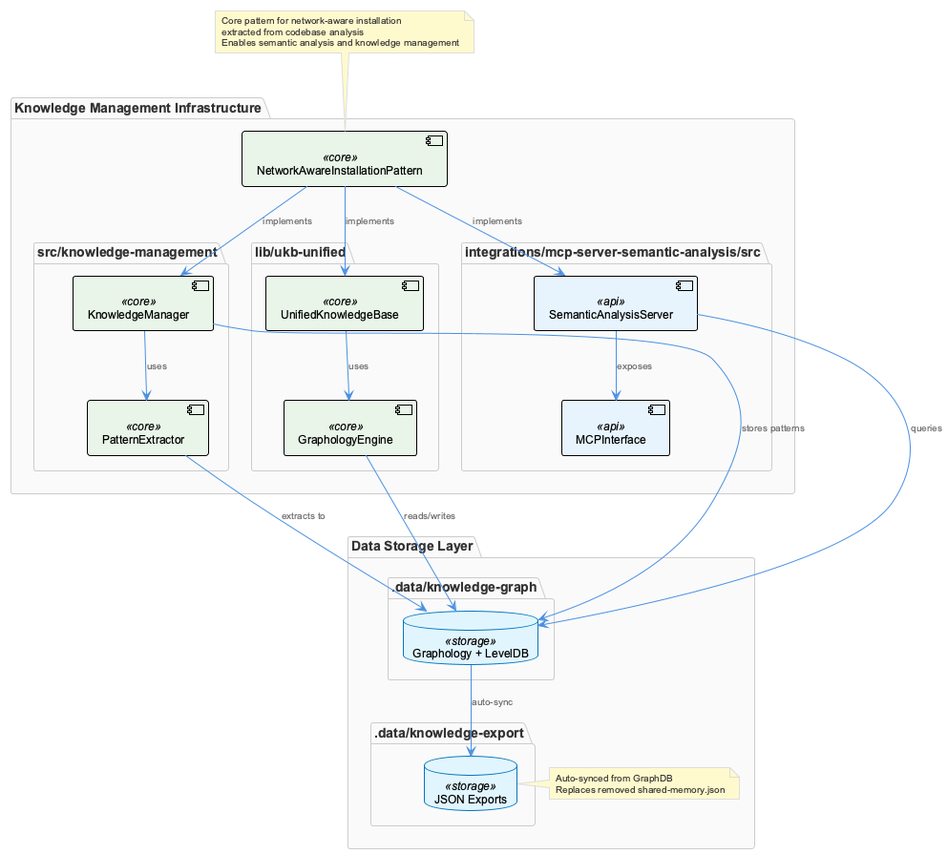
Earlier version of the PlantUML export knowledge-management/insights/images/network-aware-installation-pattern-architecture.png (fwornle/coding). Its diagram source:
```plantuml
@startuml
!include /Users/q284340/Agentic/coding/docs/puml/_standard-style.puml

package "Knowledge Management Infrastructure" {
  component "NetworkAwareInstallationPattern" as NAIP <<core>>

  package "src/knowledge-management" {
    component "KnowledgeManager" as KM <<core>>
    component "PatternExtractor" as PE <<core>>
  }

  package "lib/ukb-unified" {
    component "UnifiedKnowledgeBase" as UKB <<core>>
    component "GraphologyEngine" as GE <<core>>
  }

  package "integrations/mcp-server-semantic-analysis/src" {
    component "SemanticAnalysisServer" as SAS <<api>>
    component "MCPInterface" as MCP <<api>>
  }
}

package "Data Storage Layer" {
  package ".data/knowledge-graph" {
    database "Graphology + LevelDB" as GraphDB <<storage>>
  }

  package ".data/knowledge-export" {
    database "JSON Exports" as JSONExport <<storage>>
  }

  note right of JSONExport
    Auto-synced from GraphDB
    Replaces removed shared-memory.json
  end note
}

NAIP --> KM : implements
NAIP --> UKB : implements
NAIP --> SAS : implements

KM --> PE : uses
KM --> GraphDB : stores patterns

UKB --> GE : uses
GE --> GraphDB : reads/writes

SAS --> MCP : exposes
SAS --> GraphDB : queries

GraphDB --> JSONExport : auto-sync

PE --> GraphDB : extracts to

note top of NAIP
  Core pattern for network-aware installation
  extracted from codebase analysis
  Enables semantic analysis and knowledge management
end note

@enduml
```
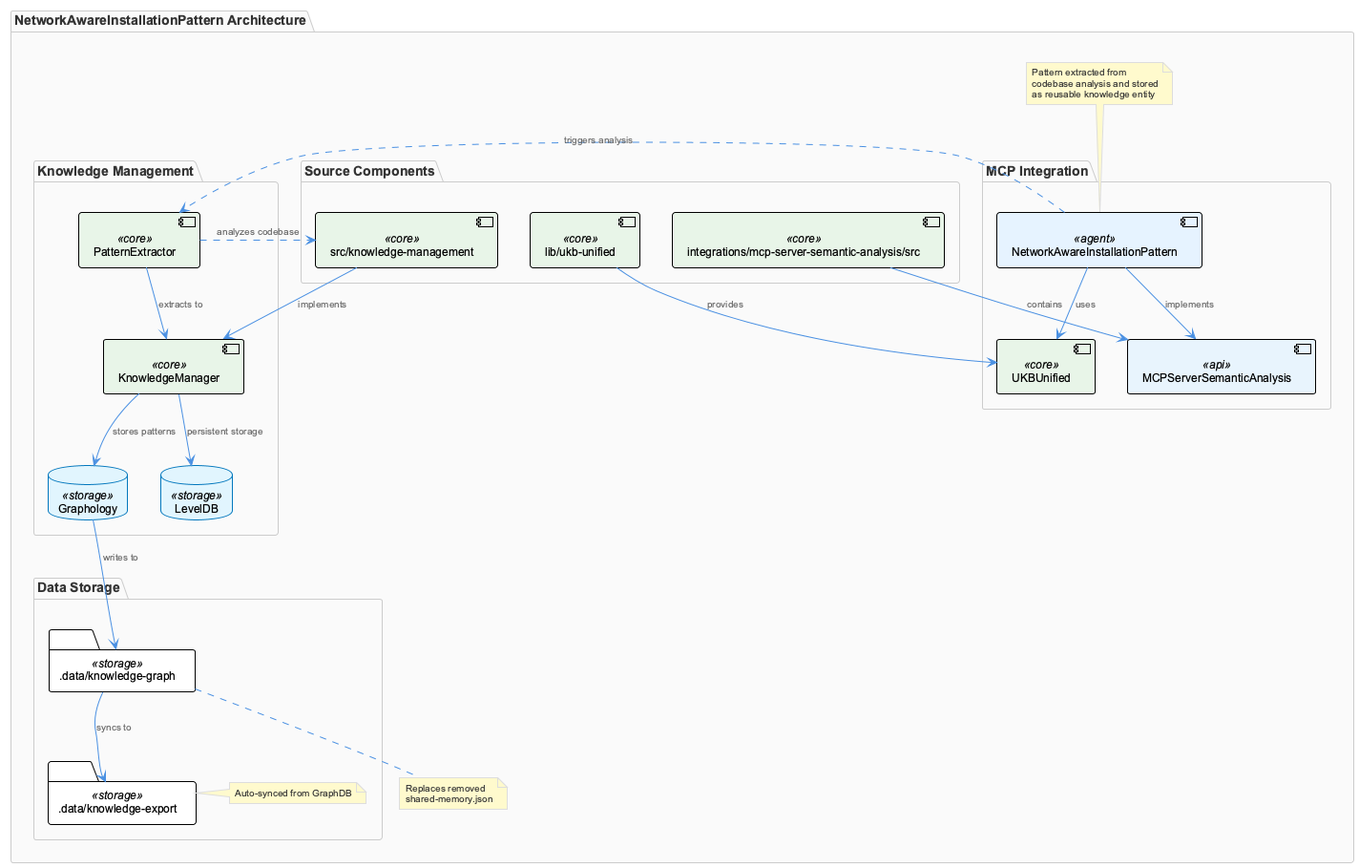
Above is the later version.

What changed in the source:
```diff
@@ -1,61 +1,52 @@
 @startuml
 !include /Users/q284340/Agentic/coding/docs/puml/_standard-style.puml
 
-package "Knowledge Management Infrastructure" {
-  component "NetworkAwareInstallationPattern" as NAIP <<core>>
+package "NetworkAwareInstallationPattern Architecture" {
 
-  package "src/knowledge-management" {
-    component "KnowledgeManager" as KM <<core>>
-    component "PatternExtractor" as PE <<core>>
-  }
+    package "Knowledge Management" {
+        component "KnowledgeManager" <<core>> as KM
+        component "PatternExtractor" <<core>> as PE
+        database "Graphology" <<storage>> as Graph
+        database "LevelDB" <<storage>> as Level
+    }
 
-  package "lib/ukb-unified" {
-    component "UnifiedKnowledgeBase" as UKB <<core>>
-    component "GraphologyEngine" as GE <<core>>
-  }
+    package "Data Storage" {
+        folder ".data/knowledge-graph" <<storage>> as KGStorage
+        folder ".data/knowledge-export" <<storage>> as KGExport
+        note right of KGExport : Auto-synced from GraphDB
+    }
 
-  package "integrations/mcp-server-semantic-analysis/src" {
-    component "SemanticAnalysisServer" as SAS <<api>>
-    component "MCPInterface" as MCP <<api>>
-  }
+    package "MCP Integration" {
+        component "MCPServerSemanticAnalysis" <<api>> as MCPSA
+        component "NetworkAwareInstallationPattern" <<agent>> as NAIP
+        component "UKBUnified" <<core>> as UKB
+    }
+
+    package "Source Components" {
+        component "src/knowledge-management" <<core>> as SrcKM
+        component "lib/ukb-unified" <<core>> as LibUKB
+        component "integrations/mcp-server-semantic-analysis/src" <<core>> as IntMCP
+    }
+
+    KM --> Graph : stores patterns
+    KM --> Level : persistent storage
+    Graph --> KGStorage : writes to
+    KGStorage --> KGExport : syncs to
+
+    PE --> KM : extracts to
+    NAIP --> MCPSA : implements
+    NAIP --> UKB : uses
+
+    SrcKM --> KM : implements
+    LibUKB --> UKB : provides
+    IntMCP --> MCPSA : contains
+
+    NAIP ..> PE : triggers analysis
+    PE ..> SrcKM : analyzes codebase
+
+    note top of NAIP : Pattern extracted from\ncodebase analysis and stored\nas reusable knowledge entity
+
+    note bottom of KGStorage : Replaces removed\nshared-memory.json
 }
 
-package "Data Storage Layer" {
-  package ".data/knowledge-graph" {
-    database "Graphology + LevelDB" as GraphDB <<storage>>
-  }
-
-  package ".data/knowledge-export" {
-    database "JSON Exports" as JSONExport <<storage>>
-  }
-
-  note right of JSONExport
-    Auto-synced from GraphDB
-    Replaces removed shared-memory.json
-  end note
-}
-
-NAIP --> KM : implements
-NAIP --> UKB : implements
-NAIP --> SAS : implements
-
-KM --> PE : uses
-KM --> GraphDB : stores patterns
-
-UKB --> GE : uses
-GE --> GraphDB : reads/writes
-
-SAS --> MCP : exposes
-SAS --> GraphDB : queries
-
-GraphDB --> JSONExport : auto-sync
-
-PE --> GraphDB : extracts to
-
-note top of NAIP
-  Core pattern for network-aware installation
-  extracted from codebase analysis
-  Enables semantic analysis and knowledge management
-end note
-
 @enduml
```
